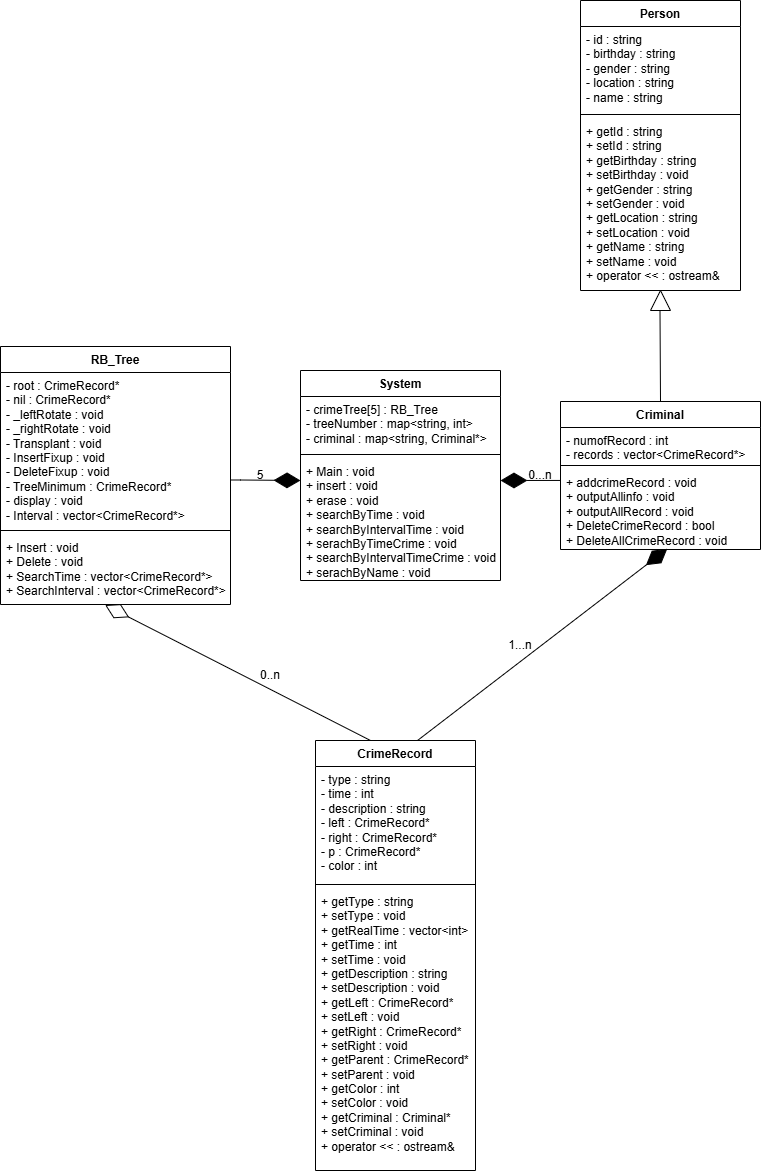
Above: UML/CrimeRecordSystem_UML.drawio.png in yankai-lu/OOP-criminal-record-system (draw.io), before the change. Source tidied: cells renumbered, new cells last; positions are measured from the earlier drawing's top-left corner, leaving out a move shared by most shapes.
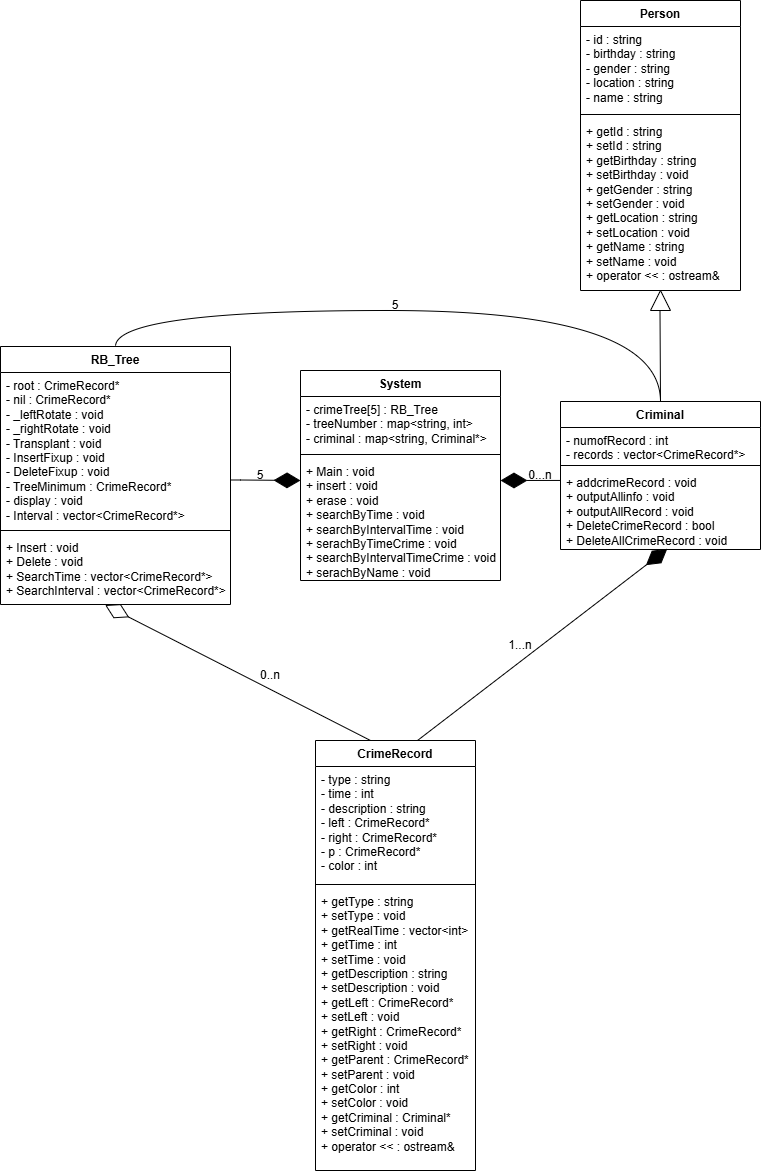
Above is the later version.

Diff of the diagram source:
```diff
@@ -123,5 +123,16 @@
         <mxPoint x="500" y="480" as="targetPoint" />
       </mxGeometry>
     </mxCell>
+    <mxCell id="34" style="endArrow=none;html=1;rounded=0;exitX=0.5;exitY=0;exitDx=0;exitDy=0;entryX=0.5;entryY=0;entryDx=0;entryDy=0;edgeStyle=orthogonalEdgeStyle;curved=1;" parent="1" edge="1" source="6" target="10">
+      <mxGeometry relative="1" as="geometry">
+        <Array as="points">
+          <mxPoint x="115" y="310" />
+          <mxPoint x="660" y="310" />
+        </Array>
+      </mxGeometry>
+    </mxCell>
+    <mxCell id="35" value="5" style="text;html=1;align=center;verticalAlign=middle;whiteSpace=wrap;rounded=0;" parent="1" vertex="1">
+      <mxGeometry x="365" y="290" width="60" height="30" as="geometry" />
+    </mxCell>
   </root>
 </mxGraphModel>
```
